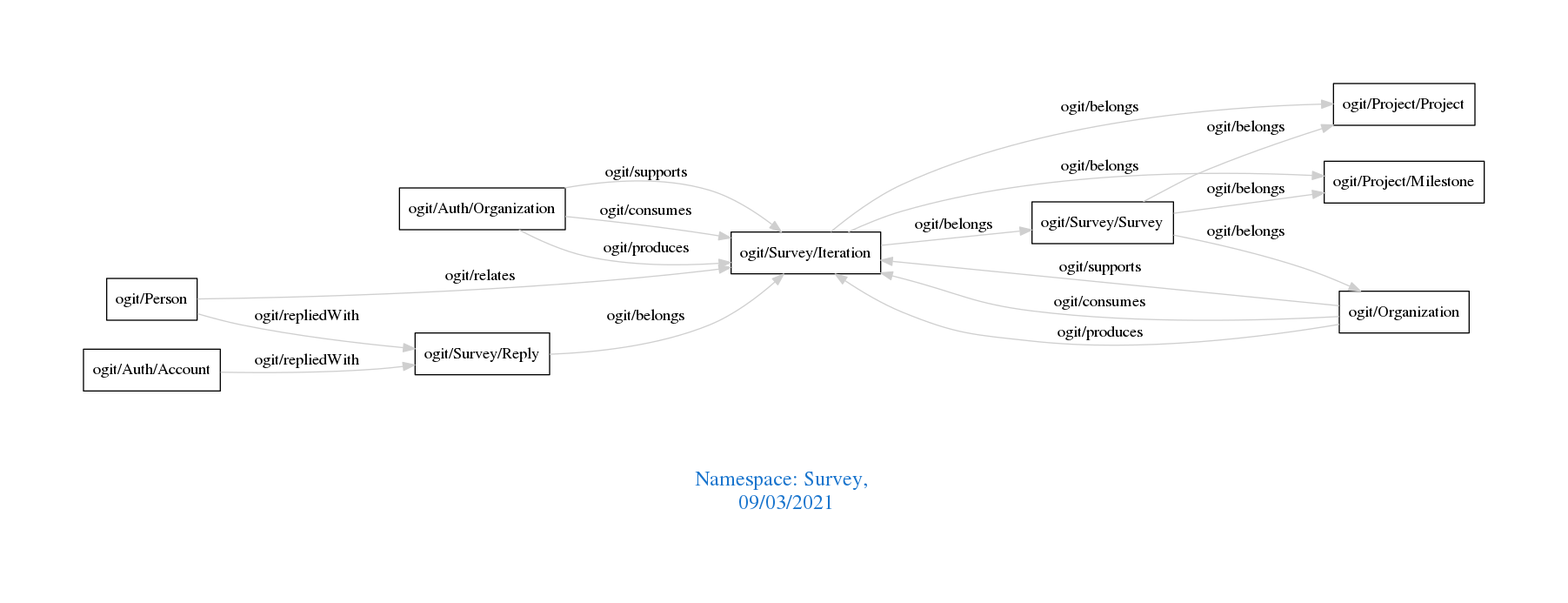
Before: downloads/Survey.png, a diagram exported from Graphviz (arago/OGIT). Its source is kept beside it as downloads/Survey.dot.
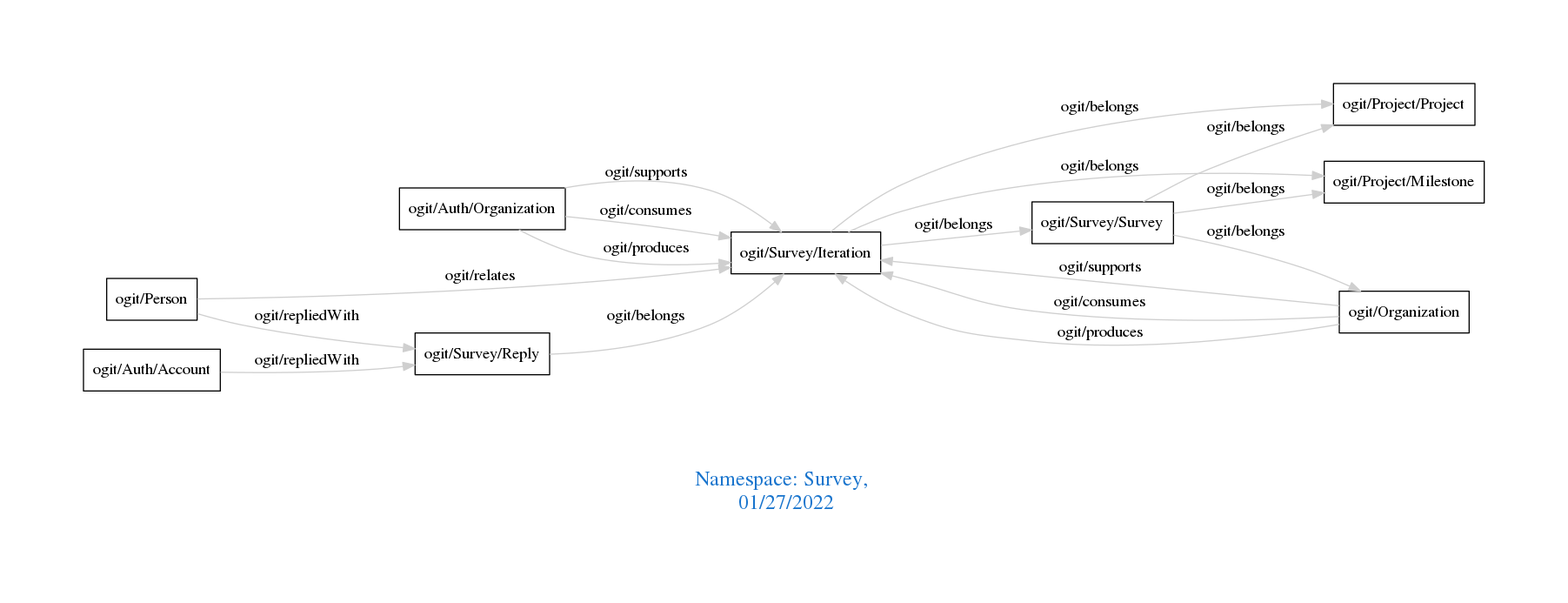
After the change.

What changed in the source:
```diff
@@ -1,7 +1,7 @@
 digraph OGIT_ontology {
  graph [ rankdir= LR,pad=1
 fontsize = 18,
-fontcolor= dodgerblue3,label = "\n\n\nNamespace: Survey, \n 09/03/2021"];
+fontcolor= dodgerblue3,label = "\n\n\nNamespace: Survey, \n 01/27/2022"];
 node[shape=polygon];
 edge [  color="gray81"];
 
@@ -11,13 +11,13 @@
    "ogit/Organization" -> "ogit/Survey/Iteration" [label="   ogit/consumes    "];
    "ogit/Auth/Organization" -> "ogit/Survey/Iteration" [label="   ogit/produces    "];
    "ogit/Organization" -> "ogit/Survey/Iteration" [label="   ogit/produces    "];
+   "ogit/Survey/Survey" -> "ogit/Organization" [label="   ogit/belongs    "];
+   "ogit/Survey/Survey" -> "ogit/Project/Milestone" [label="   ogit/belongs    "];
+   "ogit/Survey/Survey" -> "ogit/Project/Project" [label="   ogit/belongs    "];
+   "ogit/Survey/Reply" -> "ogit/Survey/Iteration" [label="   ogit/belongs    "];
    "ogit/Survey/Iteration" -> "ogit/Project/Milestone" [label="   ogit/belongs    "];
    "ogit/Survey/Iteration" -> "ogit/Project/Project" [label="   ogit/belongs    "];
    "ogit/Survey/Iteration" -> "ogit/Survey/Survey" [label="   ogit/belongs    "];
-   "ogit/Survey/Reply" -> "ogit/Survey/Iteration" [label="   ogit/belongs    "];
-   "ogit/Survey/Survey" -> "ogit/Organization" [label="   ogit/belongs    "];
-   "ogit/Survey/Survey" -> "ogit/Project/Milestone" [label="   ogit/belongs    "];
-   "ogit/Survey/Survey" -> "ogit/Project/Project" [label="   ogit/belongs    "];
    "ogit/Auth/Account" -> "ogit/Survey/Reply" [label="   ogit/repliedWith    "];
    "ogit/Person" -> "ogit/Survey/Reply" [label="   ogit/repliedWith    "];
    "ogit/Person" -> "ogit/Survey/Iteration" [label="   ogit/relates    "];
```
